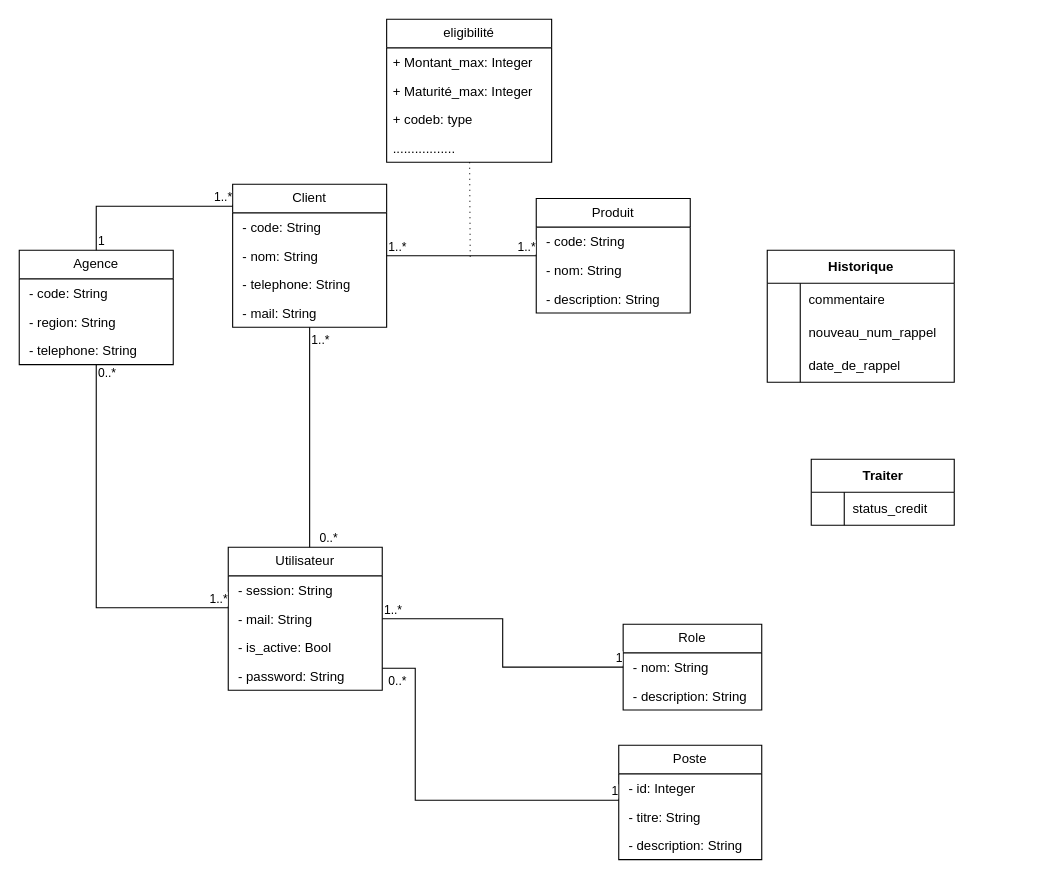
Earlier version of the draw.io diagram diagram.drawio (34arsonEddy/ABM). Source tidied: cells renumbered, new cells numbered last; positions are measured from the earlier drawing's top-left corner, leaving out a move shared by most shapes. Both pictures are drawn from the tidied source at 110%, with x=0, y=0 at pixel (19, 19).
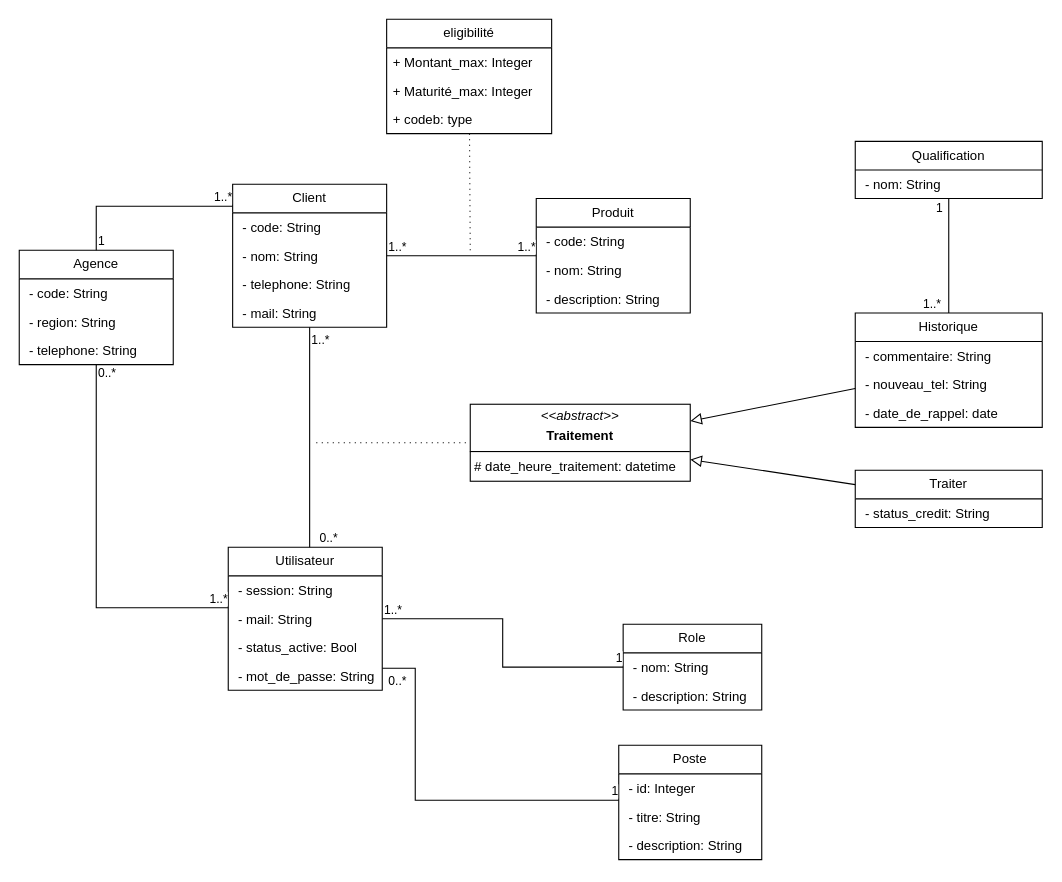
The same page after the edit.

Commit message (it also covers changes not shown here):
Mettre à jour diagram.drawio

Unchanged cells that the change refers to:
```xml
<mxCell id="29" value="Utilisateur" style="swimlane;fontStyle=0;horizontal=1;startSize=26;fillColor=none;whiteSpace=wrap;html=1;" parent="1" vertex="1">
  <mxGeometry x="190" y="480" width="140" height="130" as="geometry" />
</mxCell>
```

Change to the diagram source:
```diff
@@
-    <mxCell id="2" value="Historique" style="shape=table;startSize=30;childLayout=tableLayout;rowLines=0;fontStyle=1;align=center;html=1;" parent="1" vertex="1">
-      <mxGeometry x="680" y="210" width="170" height="120" as="geometry" />
-    </mxCell>
-    <mxCell id="3" style="shape=tableRow;horizontal=0;startSize=0;swimlaneHead=0;swimlaneBody=0;fillColor=none;top=0;left=0;right=0;bottom=0;" parent="2" vertex="1">
-      <mxGeometry y="30" width="170" height="30" as="geometry" />
-    </mxCell>
-    <mxCell id="4" style="shape=partialRectangle;fillColor=none;top=0;left=0;bottom=0;right=0;overflow=hidden;whiteSpace=wrap;html=1;" parent="3" vertex="1">
-      <mxGeometry width="30" height="30" as="geometry" />
-    </mxCell>
-    <mxCell id="5" value="commentaire" style="shape=partialRectangle;fillColor=none;top=0;left=0;bottom=0;right=0;align=left;spacingLeft=6;overflow=hidden;whiteSpace=wrap;html=1;" parent="3" vertex="1">
-      <mxGeometry x="30" width="140" height="30" as="geometry" />
-    </mxCell>
-    <mxCell id="6" style="shape=tableRow;horizontal=0;startSize=0;swimlaneHead=0;swimlaneBody=0;fillColor=none;top=0;left=0;right=0;bottom=0;" parent="2" vertex="1">
-      <mxGeometry y="60" width="170" height="30" as="geometry" />
-    </mxCell>
-    <mxCell id="7" style="shape=partialRectangle;fillColor=none;top=0;left=0;bottom=0;right=0;overflow=hidden;whiteSpace=wrap;html=1;" parent="6" vertex="1">
-      <mxGeometry width="30" height="30" as="geometry" />
-    </mxCell>
-    <mxCell id="8" value="nouveau_num_rappel" style="shape=partialRectangle;fillColor=none;top=0;left=0;bottom=0;right=0;align=left;spacingLeft=6;overflow=hidden;whiteSpace=wrap;html=1;" parent="6" vertex="1">
-      <mxGeometry x="30" width="140" height="30" as="geometry" />
-    </mxCell>
-    <mxCell id="9" style="shape=tableRow;horizontal=0;startSize=0;swimlaneHead=0;swimlaneBody=0;fillColor=none;top=0;left=0;right=0;bottom=0;" parent="2" vertex="1">
-      <mxGeometry y="90" width="170" height="30" as="geometry" />
-    </mxCell>
-    <mxCell id="10" style="shape=partialRectangle;fillColor=none;top=0;left=0;bottom=0;right=0;overflow=hidden;whiteSpace=wrap;html=1;" parent="9" vertex="1">
-      <mxGeometry width="30" height="30" as="geometry" />
-    </mxCell>
-    <mxCell id="11" value="date_de_rappel" style="shape=partialRectangle;fillColor=none;top=0;left=0;bottom=0;right=0;align=left;spacingLeft=6;overflow=hidden;whiteSpace=wrap;html=1;" parent="9" vertex="1">
-      <mxGeometry x="30" width="140" height="30" as="geometry" />
-    </mxCell>
-    <mxCell id="12" value="Traiter" style="shape=table;startSize=30;childLayout=tableLayout;rowLines=0;fontStyle=1;align=center;html=1;" parent="1" vertex="1">
-      <mxGeometry x="720" y="400" width="130" height="60" as="geometry" />
-    </mxCell>
-    <mxCell id="13" style="shape=tableRow;horizontal=0;startSize=0;swimlaneHead=0;swimlaneBody=0;fillColor=none;top=0;left=0;right=0;bottom=0;" parent="12" vertex="1">
-      <mxGeometry y="30" width="130" height="30" as="geometry" />
-    </mxCell>
-    <mxCell id="14" style="shape=partialRectangle;fillColor=none;top=0;left=0;bottom=0;right=0;overflow=hidden;whiteSpace=wrap;html=1;" parent="13" vertex="1">
-      <mxGeometry width="30" height="30" as="geometry" />
-    </mxCell>
-    <mxCell id="15" value="status_credit" style="shape=partialRectangle;fillColor=none;top=0;left=0;bottom=0;right=0;align=left;spacingLeft=6;overflow=hidden;whiteSpace=wrap;html=1;" parent="13" vertex="1">
-      <mxGeometry x="30" width="100" height="30" as="geometry" />
-    </mxCell>
@@
-    <mxCell id="32" value="&amp;nbsp;- is_active: Bool" style="text;strokeColor=none;fillColor=none;align=left;verticalAlign=top;spacingLeft=4;spacingRight=4;overflow=hidden;whiteSpace=wrap;html=1;" parent="29" vertex="1">
+    <mxCell id="32" value="&amp;nbsp;- status_active: Bool" style="text;strokeColor=none;fillColor=none;align=left;verticalAlign=top;spacingLeft=4;spacingRight=4;overflow=hidden;whiteSpace=wrap;html=1;" parent="29" vertex="1">
       <mxGeometry y="78" width="140" height="26" as="geometry" />
     </mxCell>
-    <mxCell id="33" value="&amp;nbsp;- password: String" style="text;strokeColor=none;fillColor=none;align=left;verticalAlign=top;spacingLeft=4;spacingRight=4;overflow=hidden;whiteSpace=wrap;html=1;" parent="29" vertex="1">
+    <mxCell id="33" value="&amp;nbsp;- mot_de_passe: String" style="text;strokeColor=none;fillColor=none;align=left;verticalAlign=top;spacingLeft=4;spacingRight=4;overflow=hidden;whiteSpace=wrap;html=1;" parent="29" vertex="1">
       <mxGeometry y="104" width="140" height="26" as="geometry" />
     </mxCell>
@@
     <mxCell id="56" value="eligibilité" style="swimlane;fontStyle=0;horizontal=1;startSize=26;fillColor=none;whiteSpace=wrap;html=1;" parent="1" vertex="1">
-      <mxGeometry x="334" width="150" height="130" as="geometry" />
+      <mxGeometry x="334" width="150" height="104" as="geometry" />
     </mxCell>
@@
-    <mxCell id="60" value="................." style="text;strokeColor=none;fillColor=none;align=left;verticalAlign=top;spacingLeft=4;spacingRight=4;overflow=hidden;whiteSpace=wrap;html=1;" parent="56" vertex="1">
-      <mxGeometry y="104" width="150" height="26" as="geometry" />
-    </mxCell>
     <mxCell id="61" style="endArrow=none;dashed=1;html=1;dashPattern=1 4;strokeWidth=1;rounded=0;jumpSize=2;endSize=2;startSize=5;" parent="1" edge="1" source="56">
       <mxGeometry relative="1" as="geometry">
-        <mxPoint x="410" y="220" as="targetPoint" />
+        <mxPoint x="410" y="210" as="targetPoint" />
       </mxGeometry>
     </mxCell>
@@
+    <mxCell id="65" value="&lt;p style=&quot;margin:0px;margin-top:4px;text-align:center;&quot;&gt;&lt;i&gt;&amp;lt;&amp;lt;abstract&amp;gt;&amp;gt;&lt;/i&gt;&lt;b&gt;&lt;br&gt;&lt;/b&gt;&lt;/p&gt;&lt;p style=&quot;margin:0px;margin-top:4px;text-align:center;&quot;&gt;&lt;b&gt;Traitement&lt;/b&gt;&lt;br&gt;&lt;/p&gt;&lt;hr size=&quot;1&quot; style=&quot;border-style:solid;&quot;&gt;&lt;p style=&quot;margin:0px;margin-left:4px;&quot;&gt;# date_heure_traitement: datetime&lt;br&gt;&lt;/p&gt;" style="verticalAlign=top;align=left;overflow=fill;html=1;whiteSpace=wrap;" parent="1" vertex="1">
+      <mxGeometry x="410" y="350" width="200" height="70" as="geometry" />
+    </mxCell>
+    <mxCell id="66" style="endArrow=block;html=1;rounded=0;align=center;verticalAlign=bottom;endFill=0;labelBackgroundColor=none;endSize=8;" parent="1" edge="1" source="2" target="65">
+      <mxGeometry relative="1" as="geometry" />
+    </mxCell>
+    <mxCell id="67" style="html=1;align=center;verticalAlign=top;labelBackgroundColor=none;" parent="66" vertex="1">
+      <mxGeometry relative="1" as="geometry" />
+    </mxCell>
+    <mxCell id="68" style="endArrow=block;html=1;rounded=0;align=center;verticalAlign=bottom;endFill=0;labelBackgroundColor=none;endSize=8;" parent="1" edge="1" source="12" target="65">
+      <mxGeometry relative="1" as="geometry" />
+    </mxCell>
+    <mxCell id="69" style="html=1;align=center;verticalAlign=top;labelBackgroundColor=none;" parent="68" vertex="1">
+      <mxGeometry relative="1" as="geometry" />
+    </mxCell>
+    <mxCell id="70" style="endArrow=none;startArrow=none;endFill=0;startFill=0;endSize=8;html=1;verticalAlign=bottom;dashed=1;labelBackgroundColor=none;dashPattern=1 4;rounded=0;entryX=0;entryY=0.5;entryDx=0;entryDy=0;" parent="1" edge="1" target="65">
+      <mxGeometry relative="1" as="geometry">
+        <mxPoint x="270" y="385" as="sourcePoint" />
+      </mxGeometry>
+    </mxCell>
+    <mxCell id="2" value="Historique" style="swimlane;fontStyle=0;horizontal=1;startSize=26;fillColor=none;whiteSpace=wrap;html=1;" parent="1" vertex="1">
+      <mxGeometry x="760" y="267" width="170" height="104" as="geometry" />
+    </mxCell>
+    <mxCell id="71" value="&amp;nbsp;- commentaire: String" style="text;strokeColor=none;fillColor=none;align=left;verticalAlign=top;spacingLeft=4;spacingRight=4;overflow=hidden;whiteSpace=wrap;html=1;" parent="2" vertex="1">
+      <mxGeometry y="26" width="170" height="26" as="geometry" />
+    </mxCell>
+    <mxCell id="72" value="&amp;nbsp;- nouveau_tel: String" style="text;strokeColor=none;fillColor=none;align=left;verticalAlign=top;spacingLeft=4;spacingRight=4;overflow=hidden;whiteSpace=wrap;html=1;" parent="2" vertex="1">
+      <mxGeometry y="52" width="170" height="26" as="geometry" />
+    </mxCell>
+    <mxCell id="73" value="&amp;nbsp;- date_de_rappel: date" style="text;strokeColor=none;fillColor=none;align=left;verticalAlign=top;spacingLeft=4;spacingRight=4;overflow=hidden;whiteSpace=wrap;html=1;" parent="2" vertex="1">
+      <mxGeometry y="78" width="170" height="26" as="geometry" />
+    </mxCell>
+    <mxCell id="12" value="Traiter" style="swimlane;fontStyle=0;horizontal=1;startSize=26;fillColor=none;whiteSpace=wrap;html=1;" parent="1" vertex="1">
+      <mxGeometry x="760" y="410" width="170" height="52" as="geometry" />
+    </mxCell>
+    <mxCell id="74" value="&amp;nbsp;-&amp;nbsp;status_credit: String" style="text;strokeColor=none;fillColor=none;align=left;verticalAlign=top;spacingLeft=4;spacingRight=4;overflow=hidden;whiteSpace=wrap;html=1;" parent="12" vertex="1">
+      <mxGeometry y="26" width="170" height="26" as="geometry" />
+    </mxCell>
+    <mxCell id="75" value="Qualification" style="swimlane;fontStyle=0;horizontal=1;startSize=26;fillColor=none;whiteSpace=wrap;html=1;" parent="1" vertex="1">
+      <mxGeometry x="760" y="111" width="170" height="52" as="geometry" />
+    </mxCell>
+    <mxCell id="76" value="&amp;nbsp;- nom: String" style="text;strokeColor=none;fillColor=none;align=left;verticalAlign=top;spacingLeft=4;spacingRight=4;overflow=hidden;whiteSpace=wrap;html=1;" parent="75" vertex="1">
+      <mxGeometry y="26" width="170" height="26" as="geometry" />
+    </mxCell>
+    <mxCell id="77" style="endArrow=none;html=1;edgeStyle=orthogonalEdgeStyle;rounded=0;exitX=0.5;exitY=0;exitDx=0;exitDy=0;" parent="1" edge="1" source="2" target="75">
+      <mxGeometry relative="1" as="geometry" />
+    </mxCell>
+    <mxCell id="78" value="1..*" style="edgeLabel;html=1;align=left;verticalAlign=bottom;" parent="77" vertex="1">
+      <mxGeometry x="-1" relative="1" as="geometry">
+        <mxPoint x="-25" as="offset" />
+      </mxGeometry>
+    </mxCell>
+    <mxCell id="79" value="1" style="edgeLabel;html=1;align=right;verticalAlign=bottom;" parent="77" vertex="1">
+      <mxGeometry x="1" relative="1" as="geometry">
+        <mxPoint x="-5" y="17" as="offset" />
+      </mxGeometry>
+    </mxCell>
```
